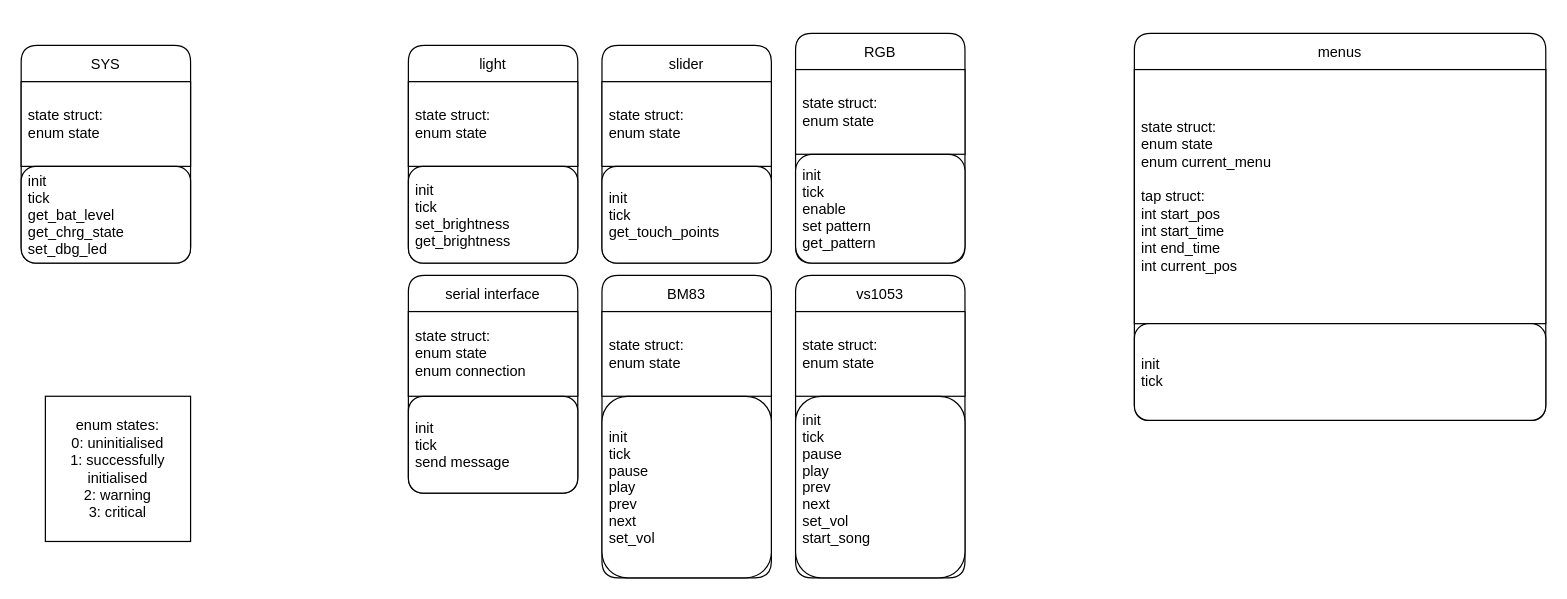
The draw.io diagram V2/code/M0 firmware/program layout.drawio in Scaniox/Glassphones, before the edit. Source tidied: cells renumbered, new cells numbered last; positions are measured from the earlier drawing's top-left corner, leaving out a move shared by most shapes. Both pictures are drawn from the tidied source at 121%, with x=0, y=0 at pixel (21, 33).
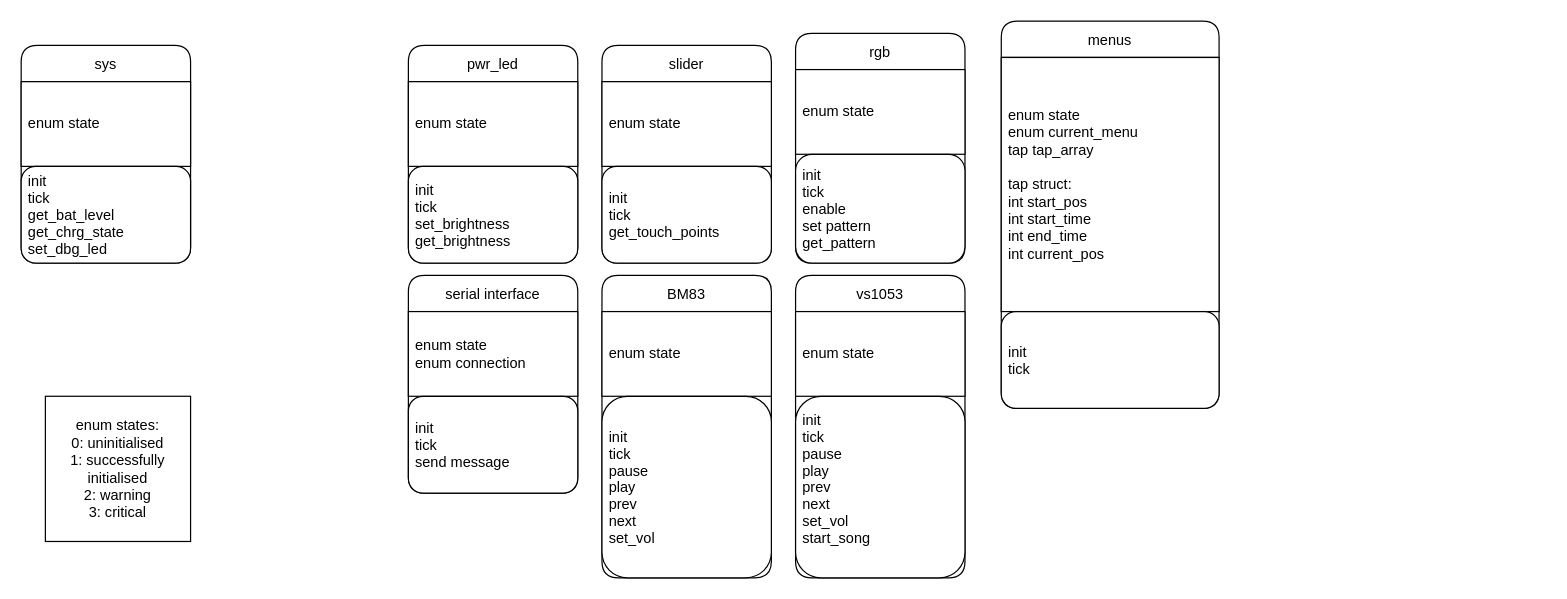
The same page after the edit.

Unchanged cells that the change refers to:
```xml
<mxCell id="2" value="BM83" style="swimlane;fontStyle=0;horizontal=1;startSize=30;rounded=1;swimlaneFillColor=default;" parent="1" vertex="1">
  <mxGeometry x="480" y="200" width="140" height="250" as="geometry" />
</mxCell>
<mxCell id="12" value="vs1053" style="swimlane;fontStyle=0;horizontal=1;startSize=30;rounded=1;swimlaneFillColor=default;" parent="1" vertex="1">
  <mxGeometry x="640" y="200" width="140" height="250" as="geometry" />
</mxCell>
<mxCell id="21" value="slider" style="swimlane;fontStyle=0;horizontal=1;startSize=30;rounded=1;swimlaneFillColor=default;" parent="1" vertex="1">
  <mxGeometry x="480" y="10" width="140" height="180" as="geometry" />
</mxCell>
<mxCell id="24" value="serial interface" style="swimlane;fontStyle=0;horizontal=1;startSize=30;rounded=1;swimlaneFillColor=default;" parent="1" vertex="1">
  <mxGeometry x="320" y="200" width="140" height="180" as="geometry" />
</mxCell>
```

Change to the diagram source:
```diff
@@
-    <mxCell id="3" value="state struct:&lt;br&gt;enum state" style="rounded=0;whiteSpace=wrap;html=1;align=left;spacingLeft=4;" parent="2" vertex="1">
+    <mxCell id="3" value="enum state" style="rounded=0;whiteSpace=wrap;html=1;align=left;spacingLeft=4;" parent="2" vertex="1">
       <mxGeometry y="30" width="140" height="70" as="geometry" />
     </mxCell>
@@
-    <mxCell id="6" value="SYS" style="swimlane;fontStyle=0;horizontal=1;startSize=30;rounded=1;swimlaneFillColor=default;" parent="1" vertex="1">
+    <mxCell id="6" value="sys" style="swimlane;fontStyle=0;horizontal=1;startSize=30;rounded=1;swimlaneFillColor=default;" parent="1" vertex="1">
       <mxGeometry y="10" width="140" height="180" as="geometry" />
     </mxCell>
-    <mxCell id="7" value="state struct:&lt;br&gt;enum state" style="rounded=0;whiteSpace=wrap;html=1;align=left;spacingLeft=4;" parent="6" vertex="1">
+    <mxCell id="7" value="enum state" style="rounded=0;whiteSpace=wrap;html=1;align=left;spacingLeft=4;" parent="6" vertex="1">
       <mxGeometry y="30" width="140" height="70" as="geometry" />
     </mxCell>
@@
-    <mxCell id="9" value="light" style="swimlane;fontStyle=0;horizontal=1;startSize=30;rounded=1;swimlaneFillColor=default;" parent="1" vertex="1">
+    <mxCell id="9" value="pwr_led" style="swimlane;fontStyle=0;horizontal=1;startSize=30;rounded=1;swimlaneFillColor=default;" parent="1" vertex="1">
       <mxGeometry x="320" y="10" width="140" height="180" as="geometry" />
     </mxCell>
-    <mxCell id="10" value="state struct:&lt;br&gt;enum state" style="rounded=0;whiteSpace=wrap;html=1;align=left;spacingLeft=4;" parent="9" vertex="1">
+    <mxCell id="10" value="enum state" style="rounded=0;whiteSpace=wrap;html=1;align=left;spacingLeft=4;" parent="9" vertex="1">
       <mxGeometry y="30" width="140" height="70" as="geometry" />
     </mxCell>
@@
-    <mxCell id="13" value="state struct:&lt;br&gt;enum state" style="rounded=0;whiteSpace=wrap;html=1;align=left;spacingLeft=4;" parent="12" vertex="1">
+    <mxCell id="13" value="enum state" style="rounded=0;whiteSpace=wrap;html=1;align=left;spacingLeft=4;" parent="12" vertex="1">
       <mxGeometry y="30" width="140" height="70" as="geometry" />
     </mxCell>
@@
-    <mxCell id="15" value="RGB" style="swimlane;fontStyle=0;horizontal=1;startSize=30;rounded=1;swimlaneFillColor=default;" parent="1" vertex="1">
+    <mxCell id="15" value="rgb" style="swimlane;fontStyle=0;horizontal=1;startSize=30;rounded=1;swimlaneFillColor=default;" parent="1" vertex="1">
       <mxGeometry x="640" width="140" height="190" as="geometry" />
     </mxCell>
-    <mxCell id="16" value="state struct:&lt;br&gt;enum state" style="rounded=0;whiteSpace=wrap;html=1;align=left;spacingLeft=4;" parent="15" vertex="1">
+    <mxCell id="16" value="enum state" style="rounded=0;whiteSpace=wrap;html=1;align=left;spacingLeft=4;" parent="15" vertex="1">
       <mxGeometry y="30" width="140" height="70" as="geometry" />
     </mxCell>
@@
     <mxCell id="18" value="menus" style="swimlane;fontStyle=0;horizontal=1;startSize=30;rounded=1;swimlaneFillColor=default;" parent="1" vertex="1">
-      <mxGeometry x="920" width="340" height="320" as="geometry" />
+      <mxGeometry x="810" y="-10" width="180" height="320" as="geometry" />
     </mxCell>
-    <mxCell id="19" value="state struct:&lt;br&gt;enum state&lt;br&gt;enum current_menu&lt;br&gt;&lt;br&gt;tap struct:&lt;br&gt;int start_pos&lt;br&gt;int start_time&lt;br&gt;int end_time&lt;br&gt;int current_pos" style="rounded=0;whiteSpace=wrap;html=1;align=left;spacingLeft=4;" parent="18" vertex="1">
-      <mxGeometry y="30" width="340" height="210" as="geometry" />
+    <mxCell id="19" value="enum state&lt;br&gt;enum current_menu&lt;br&gt;tap tap_array&lt;br&gt;&lt;br&gt;tap struct:&lt;br&gt;int start_pos&lt;br&gt;int start_time&lt;br&gt;int end_time&lt;br&gt;int current_pos" style="rounded=0;whiteSpace=wrap;html=1;align=left;spacingLeft=4;" parent="18" vertex="1">
+      <mxGeometry y="30" width="180" height="210" as="geometry" />
     </mxCell>
     <mxCell id="20" value="init&#10;tick" style="text;strokeColor=default;fillColor=default;align=left;verticalAlign=middle;spacingLeft=4;spacingRight=4;overflow=hidden;rounded=1;shadow=0;" parent="18" vertex="1">
-      <mxGeometry y="240" width="340" height="80" as="geometry" />
+      <mxGeometry y="240" width="180" height="80" as="geometry" />
     </mxCell>
@@
-    <mxCell id="22" value="state struct:&lt;br&gt;enum state" style="rounded=0;whiteSpace=wrap;html=1;align=left;spacingLeft=4;" parent="21" vertex="1">
+    <mxCell id="22" value="enum state" style="rounded=0;whiteSpace=wrap;html=1;align=left;spacingLeft=4;" parent="21" vertex="1">
       <mxGeometry y="30" width="140" height="70" as="geometry" />
     </mxCell>
@@
-    <mxCell id="25" value="state struct:&lt;br&gt;enum state&lt;br&gt;enum connection" style="rounded=0;whiteSpace=wrap;html=1;align=left;spacingLeft=4;" parent="24" vertex="1">
+    <mxCell id="25" value="enum state&lt;br&gt;enum connection" style="rounded=0;whiteSpace=wrap;html=1;align=left;spacingLeft=4;" parent="24" vertex="1">
       <mxGeometry y="30" width="140" height="70" as="geometry" />
     </mxCell>
```
